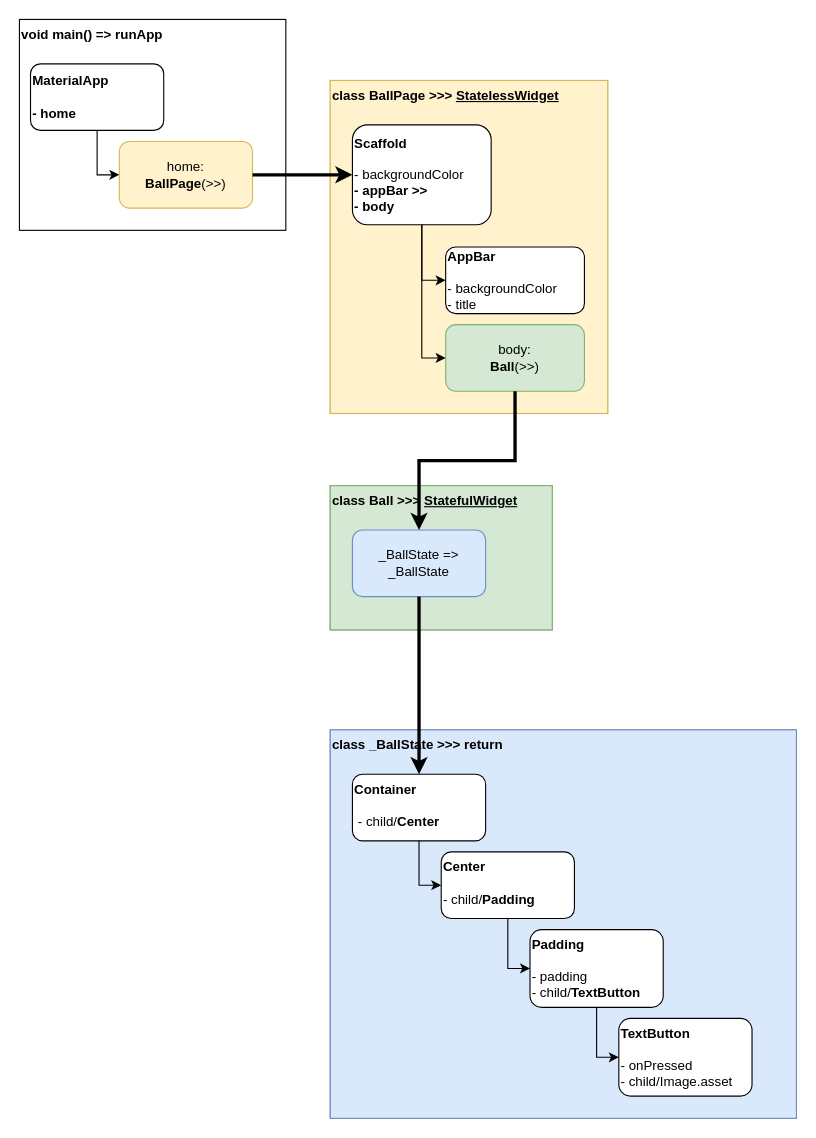
Before: ab_magic_8_ball.drawio in carlstep/ab_magic_8_ball2, a draw.io diagram. Source tidied: cells renumbered, new cells numbered last; positions are measured from the earlier drawing's top-left corner, leaving out a move shared by most shapes. Both pictures are drawn from the tidied source at 111%, with x=0, y=0 at pixel (19, 19).
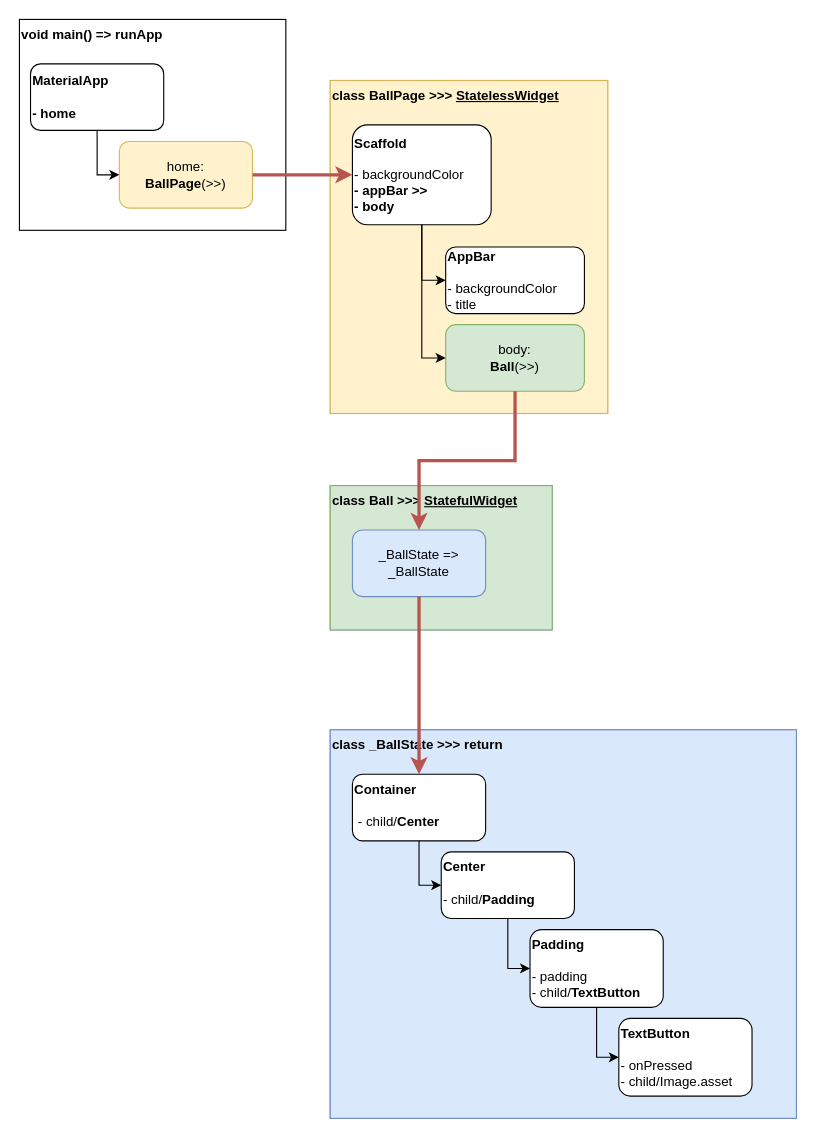
After the change.

Unchanged cells that the change refers to:
```xml
<mxCell id="5" value="&lt;div align=&quot;center&quot;&gt;_BallState =&amp;gt;&lt;br&gt;&lt;/div&gt;&lt;div align=&quot;center&quot;&gt;_BallState&lt;br&gt;&lt;/div&gt;" style="rounded=1;whiteSpace=wrap;html=1;align=center;fillColor=#dae8fc;strokeColor=#6c8ebf;" parent="3" vertex="1">
  <mxGeometry x="20" y="40" width="120" height="60" as="geometry" />
</mxCell>
<mxCell id="8" value="&lt;div&gt;&lt;b&gt;Container&lt;/b&gt;&lt;/div&gt;&lt;div&gt;&lt;br&gt;&lt;/div&gt;&amp;nbsp;- child/&lt;b&gt;Center&lt;/b&gt;" style="rounded=1;whiteSpace=wrap;html=1;align=left;verticalAlign=top;" parent="6" vertex="1">
  <mxGeometry x="20" y="40" width="120" height="60" as="geometry" />
</mxCell>
<mxCell id="18" value="&lt;div&gt;home:&lt;br&gt;&lt;/div&gt;&lt;div&gt;&lt;b&gt;BallPage&lt;/b&gt;(&amp;gt;&amp;gt;)&lt;/div&gt;" style="rounded=1;whiteSpace=wrap;html=1;align=center;fillColor=#fff2cc;strokeColor=#d6b656;" parent="15" vertex="1">
  <mxGeometry x="90" y="110" width="120" height="60" as="geometry" />
</mxCell>
<mxCell id="22" value="&lt;div&gt;&lt;b&gt;Scaffold&lt;/b&gt;&lt;/div&gt;&lt;div&gt;&lt;b&gt;&lt;br&gt;&lt;/b&gt;&lt;/div&gt;&lt;div&gt;- backgroundColor&lt;/div&gt;&lt;div&gt;&lt;b&gt;- appBar &amp;gt;&amp;gt;&lt;br&gt;&lt;/b&gt;&lt;/div&gt;&lt;div&gt;&lt;b&gt;- body&lt;/b&gt;&lt;br&gt;&lt;/div&gt;" style="rounded=1;whiteSpace=wrap;html=1;align=left;" parent="20" vertex="1">
  <mxGeometry x="20" y="40" width="125" height="90" as="geometry" />
</mxCell>
<mxCell id="25" value="&lt;div&gt;body:&lt;/div&gt;&lt;div&gt;&lt;b&gt;&lt;span&gt;Ball&lt;/span&gt;&lt;/b&gt;(&amp;gt;&amp;gt;)&lt;br&gt;&lt;/div&gt;" style="rounded=1;whiteSpace=wrap;html=1;fontStyle=0;align=center;fillColor=#d5e8d4;strokeColor=#82b366;" parent="20" vertex="1">
  <mxGeometry x="104" y="220" width="125" height="60" as="geometry" />
</mxCell>
```

Diff of the diagram source:
```diff
@@
-    <mxCell id="27" style="edgeStyle=orthogonalEdgeStyle;rounded=0;jettySize=auto;html=1;entryX=0;entryY=0.5;entryDx=0;entryDy=0;exitX=1;exitY=0.5;exitDx=0;exitDy=0;strokeWidth=3;" parent="1" edge="1" source="18" target="22">
+    <mxCell id="27" style="edgeStyle=orthogonalEdgeStyle;rounded=0;jettySize=auto;html=1;entryX=0;entryY=0.5;entryDx=0;entryDy=0;exitX=1;exitY=0.5;exitDx=0;exitDy=0;strokeWidth=3;fillColor=#f8cecc;strokeColor=#b85450;" parent="1" edge="1" source="18" target="22">
       <mxGeometry relative="1" as="geometry" />
     </mxCell>
-    <mxCell id="28" style="edgeStyle=orthogonalEdgeStyle;rounded=0;jettySize=auto;html=1;exitX=0.5;exitY=1;exitDx=0;exitDy=0;strokeWidth=3;jumpStyle=arc;" parent="1" edge="1" source="5" target="8">
+    <mxCell id="28" style="edgeStyle=orthogonalEdgeStyle;rounded=0;jettySize=auto;html=1;exitX=0.5;exitY=1;exitDx=0;exitDy=0;strokeWidth=3;jumpStyle=arc;fillColor=#f8cecc;strokeColor=#b85450;" parent="1" edge="1" source="5" target="8">
       <mxGeometry relative="1" as="geometry" />
     </mxCell>
-    <mxCell id="29" style="edgeStyle=orthogonalEdgeStyle;rounded=0;jettySize=auto;html=1;entryX=0.5;entryY=0;entryDx=0;entryDy=0;strokeWidth=3;exitX=0.5;exitY=1;exitDx=0;exitDy=0;" parent="1" edge="1" source="25" target="5">
+    <mxCell id="29" style="edgeStyle=orthogonalEdgeStyle;rounded=0;jettySize=auto;html=1;entryX=0.5;entryY=0;entryDx=0;entryDy=0;strokeWidth=3;exitX=0.5;exitY=1;exitDx=0;exitDy=0;fillColor=#f8cecc;strokeColor=#b85450;" parent="1" edge="1" source="25" target="5">
       <mxGeometry relative="1" as="geometry" />
     </mxCell>
```
